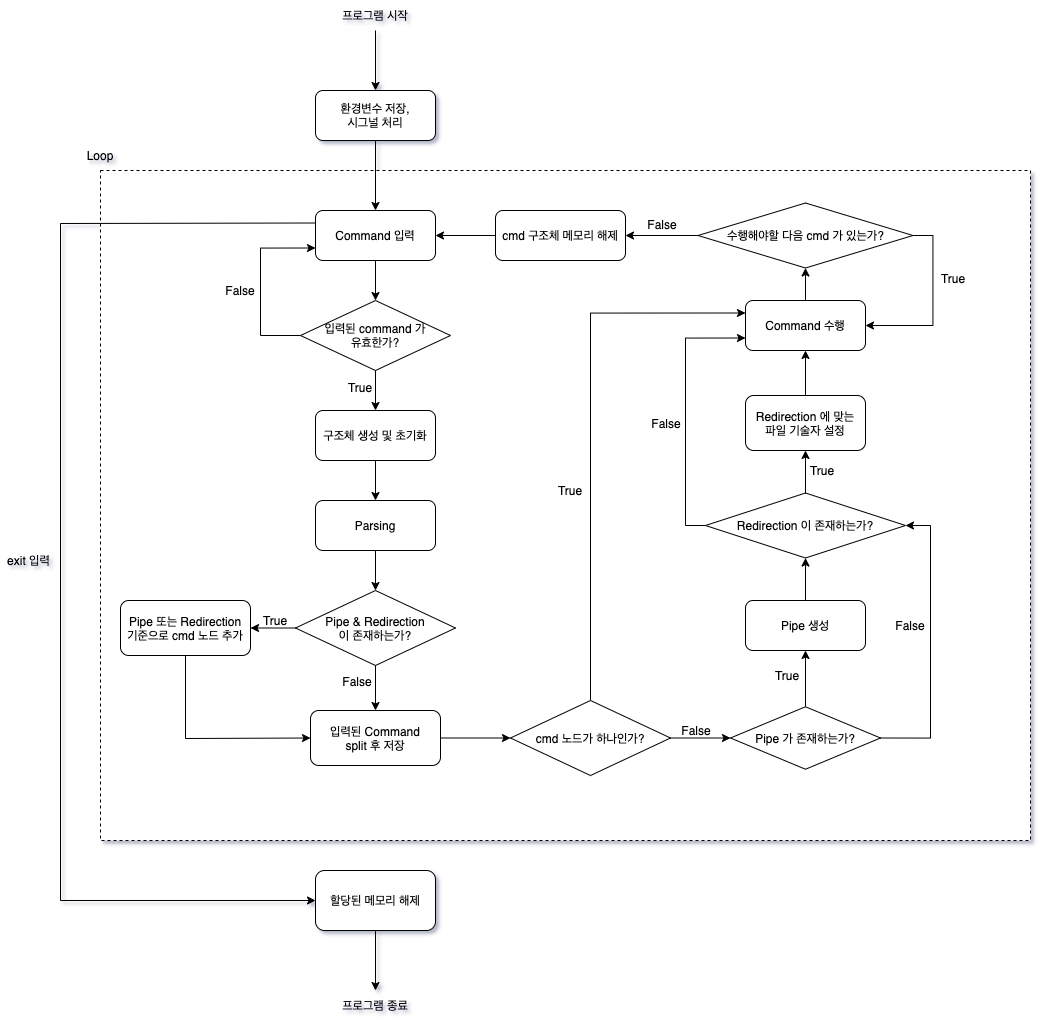
Earlier version of the draw.io export flowchart.png (ForBasicCS/minishell). Source tidied: cells renumbered, new cells last; positions are measured from the earlier drawing's top-left corner, leaving out a move shared by most shapes.
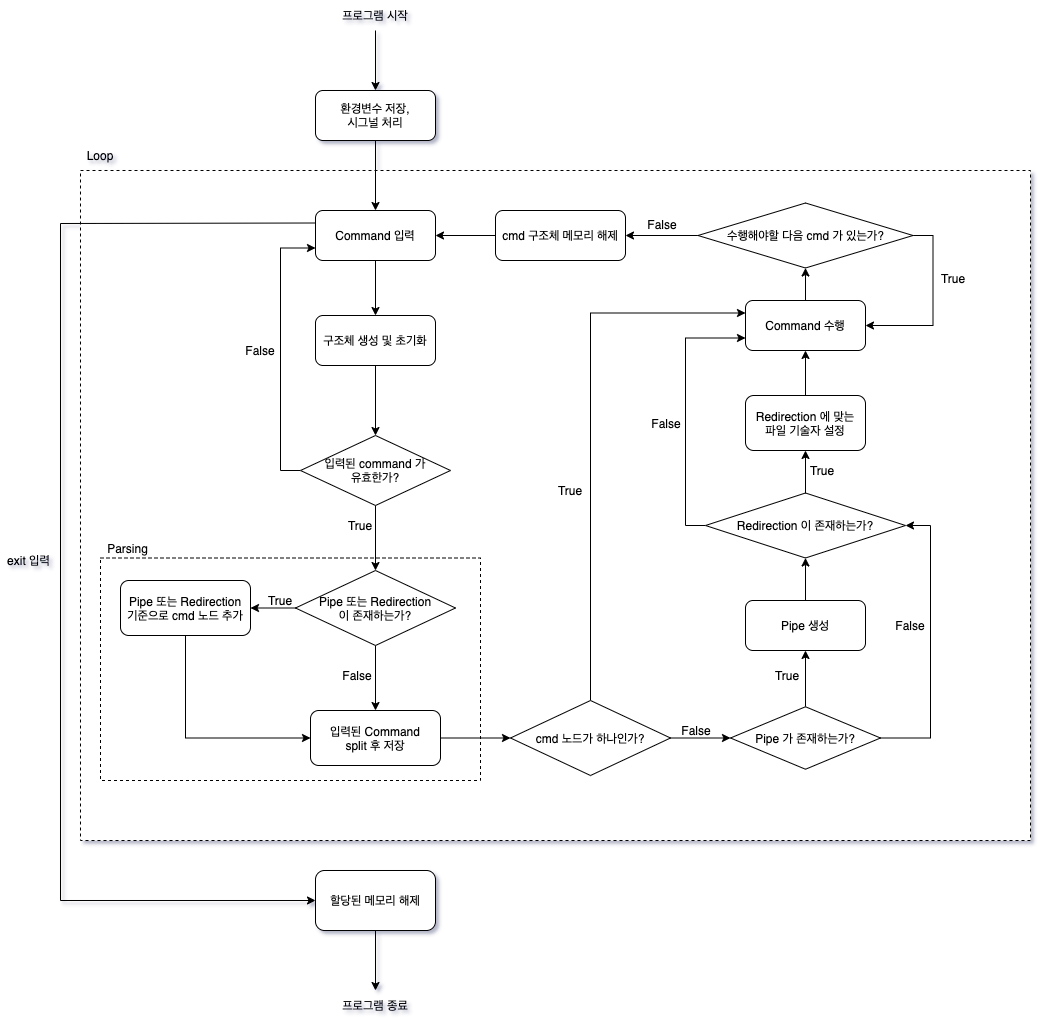
Above is the later version.

Commit message:
flow chart

Change to the diagram source:
```diff
@@ -3,57 +3,58 @@
     <mxCell id="0" />
     <mxCell id="1" parent="0" />
     <mxCell id="2" style="rounded=0;whiteSpace=wrap;html=1;dashed=1;" parent="1" vertex="1">
-      <mxGeometry x="100" y="170" width="930" height="670" as="geometry" />
+      <mxGeometry x="80" y="170" width="950" height="670" as="geometry" />
     </mxCell>
+    <mxCell id="61" style="rounded=0;whiteSpace=wrap;html=1;dashed=1;" parent="1" vertex="1">
+      <mxGeometry x="100" y="557.5" width="380" height="222.5" as="geometry" />
+    </mxCell>
     <mxCell id="3" value="환경변수 저장,&lt;br&gt;시그널 처리" style="rounded=1;whiteSpace=wrap;html=1;" parent="1" vertex="1">
       <mxGeometry x="315" y="90" width="120" height="50" as="geometry" />
     </mxCell>
     <mxCell id="4" style="endArrow=classic;html=1;rounded=0;entryX=0.5;entryY=0;entryDx=0;entryDy=0;exitX=0.5;exitY=1;exitDx=0;exitDy=0;" parent="1" edge="1" source="3" target="7">
       <mxGeometry relative="1" as="geometry" />
     </mxCell>
+    <mxCell id="62" style="edgeStyle=orthogonalEdgeStyle;rounded=0;jettySize=auto;html=1;exitX=0.5;exitY=1;exitDx=0;exitDy=0;entryX=0.5;entryY=0;entryDx=0;entryDy=0;" parent="1" edge="1" source="5" target="17">
+      <mxGeometry relative="1" as="geometry" />
+    </mxCell>
     <mxCell id="5" value="구조체 생성 및 초기화" style="rounded=1;whiteSpace=wrap;html=1;" parent="1" vertex="1">
-      <mxGeometry x="315" y="410" width="120" height="50" as="geometry" />
+      <mxGeometry x="315" y="315" width="120" height="50" as="geometry" />
     </mxCell>
-    <mxCell id="6" style="edgeStyle=orthogonalEdgeStyle;rounded=0;jettySize=auto;html=1;entryX=0.5;entryY=0;entryDx=0;entryDy=0;" parent="1" edge="1" source="7" target="17">
-      <mxGeometry relative="1" as="geometry" />
-    </mxCell>
+    <mxCell id="63" style="edgeStyle=orthogonalEdgeStyle;rounded=0;jettySize=auto;html=1;exitX=0.5;exitY=1;exitDx=0;exitDy=0;entryX=0.5;entryY=0;entryDx=0;entryDy=0;" parent="1" edge="1" source="7" target="5">
+      <mxGeometry relative="1" as="geometry" />
+    </mxCell>
     <mxCell id="7" value="Command 입력" style="rounded=1;whiteSpace=wrap;html=1;" parent="1" vertex="1">
       <mxGeometry x="315" y="210" width="120" height="50" as="geometry" />
     </mxCell>
-    <mxCell id="8" style="endArrow=classic;html=1;rounded=0;exitX=0.5;exitY=1;exitDx=0;exitDy=0;" parent="1" edge="1" source="5" target="9">
-      <mxGeometry relative="1" as="geometry" />
-    </mxCell>
-    <mxCell id="9" value="Parsing" style="rounded=1;whiteSpace=wrap;html=1;" parent="1" vertex="1">
-      <mxGeometry x="315" y="500" width="120" height="50" as="geometry" />
-    </mxCell>
     <mxCell id="10" value="Loop" style="text;html=1;strokeColor=none;fillColor=none;align=center;verticalAlign=middle;whiteSpace=wrap;rounded=0;" parent="1" vertex="1">
       <mxGeometry x="70" y="140" width="60" height="30" as="geometry" />
     </mxCell>
+    <mxCell id="64" style="edgeStyle=orthogonalEdgeStyle;rounded=0;jettySize=auto;html=1;exitX=0.5;exitY=1;exitDx=0;exitDy=0;entryX=0.5;entryY=0;entryDx=0;entryDy=0;" parent="1" edge="1" source="11" target="26">
+      <mxGeometry relative="1" as="geometry" />
+    </mxCell>
-    <mxCell id="11" value="&lt;span&gt;Pipe &amp;amp; Redirection&lt;/span&gt;&lt;br&gt;이 존재하는가?" style="rhombus;whiteSpace=wrap;html=1;" parent="1" vertex="1">
-      <mxGeometry x="295" y="590" width="160" height="75" as="geometry" />
+    <mxCell id="11" value="&lt;span&gt;Pipe 또는 Redirection&lt;/span&gt;&lt;br&gt;이 존재하는가?" style="rhombus;whiteSpace=wrap;html=1;" parent="1" vertex="1">
+      <mxGeometry x="295" y="570" width="160" height="75" as="geometry" />
     </mxCell>
-    <mxCell id="12" style="endArrow=classic;html=1;rounded=0;entryX=0.5;entryY=0;entryDx=0;entryDy=0;exitX=0.5;exitY=1;exitDx=0;exitDy=0;" parent="1" edge="1" source="9" target="11">
-      <mxGeometry relative="1" as="geometry" />
-    </mxCell>
     <mxCell id="13" style="endArrow=classic;html=1;rounded=0;entryX=1;entryY=0.5;entryDx=0;entryDy=0;exitX=0;exitY=0.5;exitDx=0;exitDy=0;" parent="1" edge="1" source="11" target="14">
       <mxGeometry relative="1" as="geometry" />
     </mxCell>
+    <mxCell id="27" style="edgeStyle=orthogonalEdgeStyle;rounded=0;jettySize=auto;html=1;exitX=0.5;exitY=1;exitDx=0;exitDy=0;entryX=0;entryY=0.5;entryDx=0;entryDy=0;" parent="1" edge="1" source="14" target="26">
+      <mxGeometry relative="1" as="geometry" />
+    </mxCell>
     <mxCell id="14" value="Pipe 또는 Redirection&lt;br&gt;기준으로 cmd 노드 추가" style="rounded=1;whiteSpace=wrap;html=1;" parent="1" vertex="1">
-      <mxGeometry x="120" y="600" width="130" height="55" as="geometry" />
+      <mxGeometry x="120" y="580" width="130" height="55" as="geometry" />
     </mxCell>
     <mxCell id="15" value="False" style="text;html=1;strokeColor=none;fillColor=none;align=center;verticalAlign=middle;whiteSpace=wrap;rounded=0;" parent="1" vertex="1">
-      <mxGeometry x="220" y="280" width="40" height="20" as="geometry" />
+      <mxGeometry x="240" y="340" width="40" height="20" as="geometry" />
     </mxCell>
     <mxCell id="16" style="edgeStyle=orthogonalEdgeStyle;rounded=0;jettySize=auto;html=1;exitX=0;exitY=0.5;exitDx=0;exitDy=0;entryX=0;entryY=0.75;entryDx=0;entryDy=0;" parent="1" edge="1" source="17" target="7">
-      <mxGeometry relative="1" as="geometry">
-        <Array as="points">
-          <mxPoint x="260" y="335" />
-          <mxPoint x="260" y="248" />
-        </Array>
-      </mxGeometry>
+      <mxGeometry relative="1" as="geometry" />
     </mxCell>
+    <mxCell id="65" style="edgeStyle=orthogonalEdgeStyle;rounded=0;jettySize=auto;html=1;exitX=0.5;exitY=1;exitDx=0;exitDy=0;entryX=0.5;entryY=0;entryDx=0;entryDy=0;" parent="1" edge="1" source="17" target="11">
+      <mxGeometry relative="1" as="geometry" />
+    </mxCell>
     <mxCell id="17" value="입력된 command 가&lt;br&gt;유효한가?" style="rhombus;whiteSpace=wrap;html=1;" parent="1" vertex="1">
-      <mxGeometry x="300" y="300" width="150" height="70" as="geometry" />
+      <mxGeometry x="300" y="435" width="150" height="70" as="geometry" />
     </mxCell>
     <mxCell id="18" style="endArrow=classic;html=1;rounded=0;exitX=0;exitY=0.25;exitDx=0;exitDy=0;" parent="1" edge="1" source="7" target="20">
       <mxGeometry relative="1" as="geometry">
@@ -75,27 +76,20 @@
     <mxCell id="22" value="exit 입력" style="text;html=1;strokeColor=none;fillColor=none;align=center;verticalAlign=middle;whiteSpace=wrap;rounded=0;" parent="1" vertex="1">
       <mxGeometry y="550" width="57" height="20" as="geometry" />
     </mxCell>
-    <mxCell id="23" style="edgeStyle=orthogonalEdgeStyle;rounded=0;jettySize=auto;html=1;entryX=0.5;entryY=0;entryDx=0;entryDy=0;exitX=0.5;exitY=1;exitDx=0;exitDy=0;" parent="1" edge="1" source="17" target="5">
-      <mxGeometry relative="1" as="geometry" />
-    </mxCell>
     <mxCell id="24" value="True" style="text;html=1;strokeColor=none;fillColor=none;align=center;verticalAlign=middle;whiteSpace=wrap;rounded=0;" parent="1" vertex="1">
-      <mxGeometry x="340" y="377" width="40" height="20" as="geometry" />
+      <mxGeometry x="260" y="590" width="40" height="20" as="geometry" />
     </mxCell>
     <mxCell id="25" value="True" style="text;html=1;strokeColor=none;fillColor=none;align=center;verticalAlign=middle;whiteSpace=wrap;rounded=0;" parent="1" vertex="1">
-      <mxGeometry x="255" y="610" width="40" height="20" as="geometry" />
+      <mxGeometry x="340" y="515" width="40" height="20" as="geometry" />
     </mxCell>
+    <mxCell id="31" style="edgeStyle=orthogonalEdgeStyle;rounded=0;jettySize=auto;html=1;exitX=1;exitY=0.5;exitDx=0;exitDy=0;" parent="1" edge="1" source="26" target="30">
+      <mxGeometry relative="1" as="geometry" />
+    </mxCell>
     <mxCell id="26" value="입력된 Command&lt;br&gt;split 후 저장" style="rounded=1;whiteSpace=wrap;html=1;" parent="1" vertex="1">
       <mxGeometry x="310" y="710" width="130" height="55" as="geometry" />
     </mxCell>
-    <mxCell id="27" style="endArrow=classic;html=1;rounded=0;exitX=0.5;exitY=1;exitDx=0;exitDy=0;entryX=0;entryY=0.5;entryDx=0;entryDy=0;" parent="1" edge="1" source="14" target="26">
-      <mxGeometry relative="1" as="geometry">
-        <Array as="points">
-          <mxPoint x="185" y="738" />
-        </Array>
-      </mxGeometry>
-    </mxCell>
     <mxCell id="28" value="False" style="text;html=1;strokeColor=none;fillColor=none;align=center;verticalAlign=middle;whiteSpace=wrap;rounded=0;" parent="1" vertex="1">
-      <mxGeometry x="337" y="671" width="40" height="20" as="geometry" />
+      <mxGeometry x="337" y="665" width="40" height="20" as="geometry" />
     </mxCell>
     <mxCell id="29" style="edgeStyle=orthogonalEdgeStyle;rounded=0;jettySize=auto;html=1;exitX=0.5;exitY=0;exitDx=0;exitDy=0;entryX=0;entryY=0.25;entryDx=0;entryDy=0;" parent="1" edge="1" source="30" target="33">
       <mxGeometry relative="1" as="geometry" />
@@ -103,9 +97,6 @@
     <mxCell id="30" value="cmd 노드가 하나인가?" style="rhombus;whiteSpace=wrap;html=1;" parent="1" vertex="1">
       <mxGeometry x="510" y="700" width="160" height="75" as="geometry" />
     </mxCell>
-    <mxCell id="31" style="endArrow=classic;html=1;rounded=0;entryX=0;entryY=0.5;entryDx=0;entryDy=0;exitX=1;exitY=0.5;exitDx=0;exitDy=0;" parent="1" edge="1" source="26" target="30">
-      <mxGeometry relative="1" as="geometry" />
-    </mxCell>
     <mxCell id="32" style="edgeStyle=orthogonalEdgeStyle;rounded=0;jettySize=auto;html=1;exitX=0.5;exitY=0;exitDx=0;exitDy=0;entryX=0.5;entryY=1;entryDx=0;entryDy=0;" parent="1" edge="1" source="33" target="52">
       <mxGeometry relative="1" as="geometry" />
     </mxCell>
@@ -135,11 +126,6 @@
     <mxCell id="39" value="False" style="text;html=1;strokeColor=none;fillColor=none;align=center;verticalAlign=middle;whiteSpace=wrap;rounded=0;" parent="1" vertex="1">
       <mxGeometry x="676" y="720" width="40" height="20" as="geometry" />
     </mxCell>
-    <mxCell id="40" style="endArrow=classic;html=1;rounded=0;exitX=0.5;exitY=1;exitDx=0;exitDy=0;" parent="1" edge="1" source="11">
-      <mxGeometry relative="1" as="geometry">
-        <mxPoint x="375" y="710" as="targetPoint" />
-      </mxGeometry>
-    </mxCell>
     <mxCell id="41" style="edgeStyle=orthogonalEdgeStyle;rounded=0;jettySize=auto;html=1;exitX=0.5;exitY=0;exitDx=0;exitDy=0;entryX=0.5;entryY=1;entryDx=0;entryDy=0;" parent="1" edge="1" source="43" target="48">
       <mxGeometry relative="1" as="geometry" />
     </mxCell>
@@ -200,5 +186,8 @@
     <mxCell id="60" value="True" style="text;html=1;strokeColor=none;fillColor=none;align=center;verticalAlign=middle;whiteSpace=wrap;rounded=0;" parent="1" vertex="1">
       <mxGeometry x="802" y="460" width="40" height="20" as="geometry" />
     </mxCell>
+    <mxCell id="9" value="Parsing" style="text;html=1;strokeColor=none;fillColor=none;align=center;verticalAlign=middle;whiteSpace=wrap;rounded=0;dashed=1;" parent="1" vertex="1">
+      <mxGeometry x="100" y="537.5" width="55" height="20" as="geometry" />
+    </mxCell>
   </root>
 </mxGraphModel>
```
